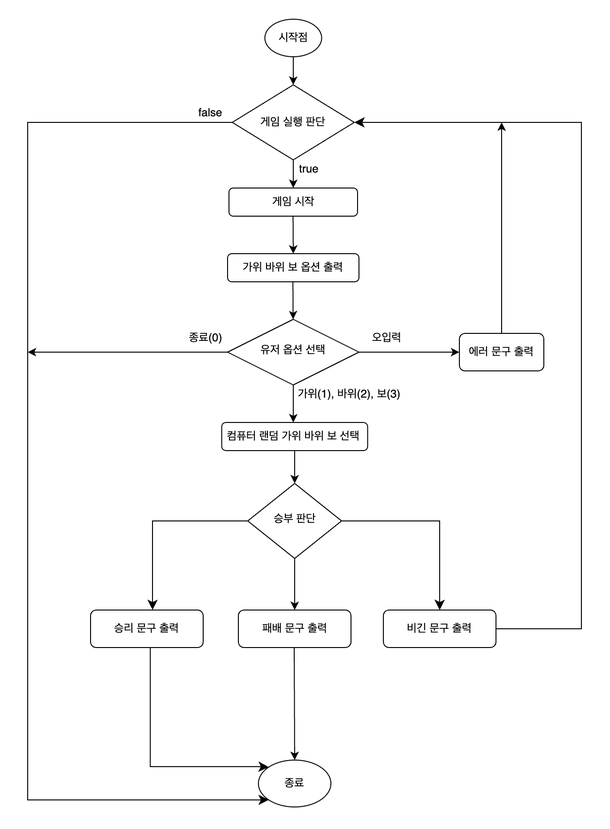
Earlier version of the draw.io export docs/Game_RockPaperScissors_FlowChart.drawio.png (tasty-code/ios-rock-scissor-paper). Source tidied: cells renumbered, new cells last; positions are measured from the earlier drawing's top-left corner, leaving out a move shared by most shapes.
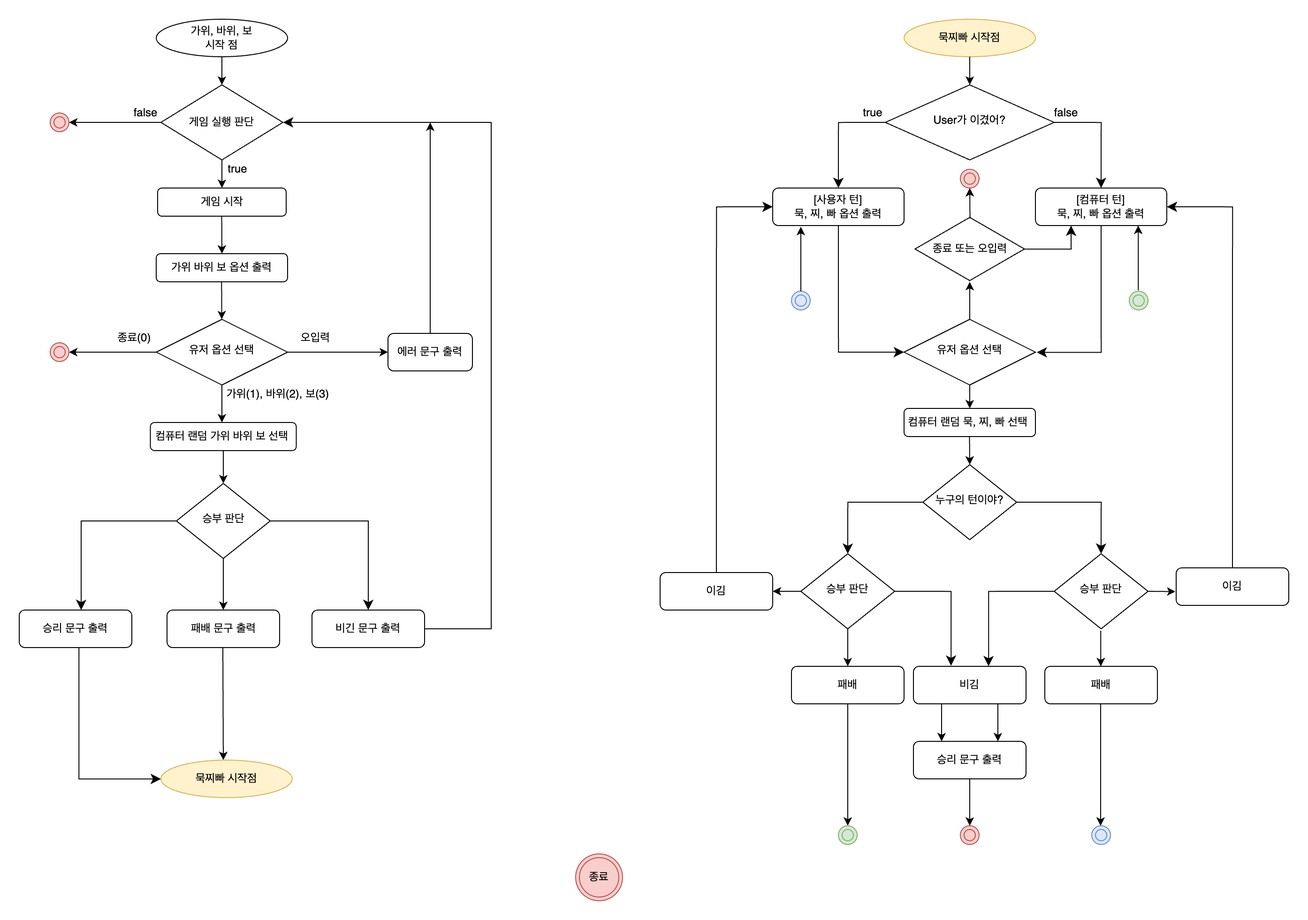
The same diagram one commit later.

Commit message:
docs: 묵찌빠 STEP2 순서도 작성

What changed in the source:
```diff
@@ -8,8 +8,8 @@
     <mxCell id="3" value="에러 문구 출력" style="rounded=1;whiteSpace=wrap;html=1;fontSize=12;glass=0;strokeWidth=1;shadow=0;" parent="1" vertex="1">
       <mxGeometry x="460" y="335" width="90" height="40" as="geometry" />
     </mxCell>
-    <mxCell id="4" value="시작점" style="ellipse;whiteSpace=wrap;html=1;" parent="1" vertex="1">
-      <mxGeometry x="252.8" width="60.5" height="40" as="geometry" />
+    <mxCell id="4" value="가위, 바위, 보 &lt;br&gt;시작 점" style="ellipse;whiteSpace=wrap;html=1;" parent="1" vertex="1">
+      <mxGeometry x="213" width="140" height="40" as="geometry" />
     </mxCell>
     <mxCell id="5" style="endArrow=classic;html=1;rounded=0;exitX=0.5;exitY=1;exitDx=0;exitDy=0;entryX=0.5;entryY=0;entryDx=0;entryDy=0;" parent="1" edge="1" source="4" target="19">
       <mxGeometry relative="1" as="geometry" />
@@ -62,9 +62,10 @@
         <mxGeometry x="280" y="390" width="126" height="20" as="geometry" />
       </mxCell>
     </object>
-    <mxCell id="18" style="endArrow=classic;html=1;rounded=0;entryX=0.5;entryY=0;entryDx=0;entryDy=0;" parent="1" edge="1" target="21">
+    <mxCell id="18" style="endArrow=classic;html=1;rounded=0;entryX=0.5;entryY=0;entryDx=0;entryDy=0;" parent="1" edge="1">
       <mxGeometry relative="1" as="geometry">
         <mxPoint x="284" y="670" as="sourcePoint" />
+        <mxPoint x="284.5" y="790" as="targetPoint" />
       </mxGeometry>
     </mxCell>
     <mxCell id="19" value="게임 실행 판단" style="rhombus;whiteSpace=wrap;html=1;" parent="1" vertex="1">
@@ -73,13 +74,10 @@
     <mxCell id="20" value="게임 시작" style="rounded=1;whiteSpace=wrap;html=1;" parent="1" vertex="1">
       <mxGeometry x="214.5" y="180" width="137" height="30" as="geometry" />
     </mxCell>
-    <mxCell id="21" value="종료" style="ellipse;whiteSpace=wrap;html=1;" parent="1" vertex="1">
-      <mxGeometry x="245.9" y="790" width="77.2" height="50" as="geometry" />
-    </mxCell>
     <mxCell id="22" style="edgeStyle=elbowEdgeStyle;elbow=horizontal;endArrow=classic;html=1;curved=0;rounded=0;endSize=8;startSize=8;entryX=1;entryY=0.5;entryDx=0;entryDy=0;exitX=1;exitY=0.5;exitDx=0;exitDy=0;" parent="1" edge="1" source="8" target="19">
       <mxGeometry relative="1" as="geometry">
         <Array as="points">
-          <mxPoint x="590" y="380" />
+          <mxPoint x="570" y="380" />
         </Array>
       </mxGeometry>
     </mxCell>
@@ -110,21 +108,13 @@
         <mxPoint x="284.5" y="495" as="targetPoint" />
       </mxGeometry>
     </mxCell>
-    <mxCell id="29" style="edgeStyle=segmentEdgeStyle;endArrow=classic;html=1;curved=0;rounded=0;endSize=8;startSize=8;exitX=0.53;exitY=0.996;exitDx=0;exitDy=0;exitPerimeter=0;entryX=0;entryY=0;entryDx=0;entryDy=0;" parent="1" edge="1" source="9" target="21">
+    <mxCell id="29" style="edgeStyle=segmentEdgeStyle;endArrow=classic;html=1;curved=0;rounded=0;endSize=8;startSize=8;exitX=0.53;exitY=0.996;exitDx=0;exitDy=0;exitPerimeter=0;" parent="1" edge="1" source="9" target="35">
       <mxGeometry relative="1" as="geometry">
         <Array as="points">
-          <mxPoint x="131" y="797" />
-          <mxPoint x="245" y="797" />
+          <mxPoint x="131" y="810" />
         </Array>
       </mxGeometry>
     </mxCell>
-    <mxCell id="30" style="edgeStyle=elbowEdgeStyle;elbow=horizontal;endArrow=classic;html=1;curved=0;rounded=0;endSize=8;startSize=8;exitX=0;exitY=0.5;exitDx=0;exitDy=0;entryX=0;entryY=1;entryDx=0;entryDy=0;" parent="1" edge="1" source="19" target="21">
-      <mxGeometry relative="1" as="geometry">
-        <Array as="points">
-          <mxPoint y="470" />
-        </Array>
-      </mxGeometry>
-    </mxCell>
     <object id="31" label="true" name="Variable" placeholders="1">
       <mxCell style="text;html=1;strokeColor=none;fillColor=none;align=center;verticalAlign=middle;whiteSpace=wrap;overflow=hidden;fontSize=12;" parent="1" vertex="1">
         <mxGeometry x="277.1" y="150" width="46" height="20" as="geometry" />
@@ -132,7 +122,7 @@
     </object>
     <object id="32" label="false" name="Variable" placeholders="1">
       <mxCell style="text;html=1;strokeColor=none;fillColor=none;align=center;verticalAlign=middle;whiteSpace=wrap;overflow=hidden;fontSize=12;" parent="1" vertex="1">
-        <mxGeometry x="172" y="90" width="46" height="20" as="geometry" />
+        <mxGeometry x="178.5" y="90" width="46" height="20" as="geometry" />
       </mxCell>
     </object>
     <mxCell id="33" style="endArrow=classic;html=1;rounded=0;exitX=0.5;exitY=0;exitDx=0;exitDy=0;" parent="1" edge="1" source="3">
@@ -142,8 +132,252 @@
     </mxCell>
     <mxCell id="34" style="endArrow=classic;html=1;rounded=0;exitX=0;exitY=0.5;exitDx=0;exitDy=0;" parent="1" edge="1" source="2">
       <mxGeometry relative="1" as="geometry">
-        <mxPoint y="355" as="targetPoint" />
+        <mxPoint x="120" y="355" as="targetPoint" />
       </mxGeometry>
     </mxCell>
+    <mxCell id="35" value="묵찌빠 시작점" style="ellipse;whiteSpace=wrap;html=1;fillColor=#fff2cc;strokeColor=#d6b656;" parent="1" vertex="1">
+      <mxGeometry x="218" y="790" width="140" height="40" as="geometry" />
+    </mxCell>
+    <mxCell id="36" value="묵찌빠 시작점" style="ellipse;whiteSpace=wrap;html=1;fillColor=#fff2cc;strokeColor=#d6b656;" parent="1" vertex="1">
+      <mxGeometry x="1010" width="140" height="40" as="geometry" />
+    </mxCell>
+    <mxCell id="37" value="[사용자 턴] &lt;br&gt;묵, 찌, 빠 옵션 출력" style="rounded=1;whiteSpace=wrap;html=1;" parent="1" vertex="1">
+      <mxGeometry x="870" y="180" width="140" height="40" as="geometry" />
+    </mxCell>
+    <mxCell id="38" value="유저 옵션 선택" style="rhombus;whiteSpace=wrap;html=1;shadow=0;fontFamily=Helvetica;fontSize=12;align=center;strokeWidth=1;spacing=6;spacingTop=-4;" parent="1" vertex="1">
+      <mxGeometry x="1010" y="320" width="140" height="70" as="geometry" />
+    </mxCell>
+    <mxCell id="39" value="누구의 턴이야?" style="rhombus;whiteSpace=wrap;html=1;shadow=0;fontFamily=Helvetica;fontSize=12;align=center;strokeWidth=1;spacing=6;spacingTop=-4;" parent="1" vertex="1">
+      <mxGeometry x="1030" y="475" width="100" height="80" as="geometry" />
+    </mxCell>
+    <mxCell id="40" value="컴퓨터 랜덤 묵, 찌, 빠 선택&amp;nbsp;" style="rounded=1;whiteSpace=wrap;html=1;" parent="1" vertex="1">
+      <mxGeometry x="1010" y="415" width="140" height="30" as="geometry" />
+    </mxCell>
+    <mxCell id="41" value="User가 이겼어?" style="rhombus;whiteSpace=wrap;html=1;shadow=0;fontFamily=Helvetica;fontSize=12;align=center;strokeWidth=1;spacing=6;spacingTop=-4;" parent="1" vertex="1">
+      <mxGeometry x="990" y="70" width="180" height="80" as="geometry" />
+    </mxCell>
+    <mxCell id="42" value="[컴퓨터 턴] &lt;br&gt;묵, 찌, 빠 옵션 출력" style="rounded=1;whiteSpace=wrap;html=1;" parent="1" vertex="1">
+      <mxGeometry x="1150" y="180" width="140" height="40" as="geometry" />
+    </mxCell>
+    <mxCell id="43" style="edgeStyle=segmentEdgeStyle;endArrow=classic;html=1;curved=0;rounded=0;endSize=8;startSize=8;exitX=0;exitY=0.5;exitDx=0;exitDy=0;entryX=0.5;entryY=0;entryDx=0;entryDy=0;" parent="1" edge="1" source="41" target="37">
+      <mxGeometry relative="1" as="geometry">
+        <Array as="points">
+          <mxPoint x="940" y="110" />
+        </Array>
+      </mxGeometry>
+    </mxCell>
+    <object id="44" label="true" name="Variable" placeholders="1">
+      <mxCell style="text;html=1;strokeColor=none;fillColor=none;align=center;verticalAlign=middle;whiteSpace=wrap;overflow=hidden;fontSize=12;" parent="1" vertex="1">
+        <mxGeometry x="954" y="90" width="46" height="20" as="geometry" />
+      </mxCell>
+    </object>
+    <mxCell id="45" style="edgeStyle=segmentEdgeStyle;endArrow=classic;html=1;curved=0;rounded=0;endSize=8;startSize=8;entryX=0.5;entryY=0;entryDx=0;entryDy=0;" parent="1" edge="1" target="42">
+      <mxGeometry relative="1" as="geometry">
+        <mxPoint x="1170" y="110" as="sourcePoint" />
+        <Array as="points">
+          <mxPoint x="1220" y="110" />
+        </Array>
+      </mxGeometry>
+    </mxCell>
+    <object id="46" label="false" name="Variable" placeholders="1">
+      <mxCell style="text;html=1;strokeColor=none;fillColor=none;align=center;verticalAlign=middle;whiteSpace=wrap;overflow=hidden;fontSize=12;" parent="1" vertex="1">
+        <mxGeometry x="1160" y="90" width="46" height="20" as="geometry" />
+      </mxCell>
+    </object>
+    <mxCell id="47" style="endArrow=classic;html=1;rounded=0;entryX=0.5;entryY=0;entryDx=0;entryDy=0;" parent="1" edge="1" target="41">
+      <mxGeometry relative="1" as="geometry">
+        <mxPoint x="1080" y="40" as="sourcePoint" />
+      </mxGeometry>
+    </mxCell>
+    <mxCell id="48" style="edgeStyle=segmentEdgeStyle;endArrow=classic;html=1;curved=0;rounded=0;endSize=8;startSize=8;entryX=0;entryY=0.5;entryDx=0;entryDy=0;" parent="1" edge="1" target="38">
+      <mxGeometry relative="1" as="geometry">
+        <mxPoint x="940" y="220" as="sourcePoint" />
+        <Array as="points">
+          <mxPoint x="940" y="355" />
+        </Array>
+      </mxGeometry>
+    </mxCell>
+    <mxCell id="49" style="edgeStyle=segmentEdgeStyle;endArrow=classic;html=1;curved=0;rounded=0;endSize=8;startSize=8;entryX=1.009;entryY=0.503;entryDx=0;entryDy=0;entryPerimeter=0;" parent="1" edge="1" target="38">
+      <mxGeometry relative="1" as="geometry">
+        <mxPoint x="1220" y="220" as="sourcePoint" />
+        <Array as="points">
+          <mxPoint x="1220" y="355" />
+        </Array>
+      </mxGeometry>
+    </mxCell>
+    <mxCell id="50" style="endArrow=classic;html=1;rounded=0;exitX=0.5;exitY=1;exitDx=0;exitDy=0;" parent="1" edge="1" source="38" target="40">
+      <mxGeometry relative="1" as="geometry" />
+    </mxCell>
+    <mxCell id="51" style="endArrow=classic;html=1;rounded=0;exitX=0.5;exitY=1;exitDx=0;exitDy=0;entryX=0.5;entryY=0;entryDx=0;entryDy=0;" parent="1" edge="1" target="39">
+      <mxGeometry relative="1" as="geometry">
+        <mxPoint x="1079.8" y="445" as="sourcePoint" />
+      </mxGeometry>
+    </mxCell>
+    <mxCell id="52" value="승부 판단" style="rhombus;whiteSpace=wrap;html=1;shadow=0;fontFamily=Helvetica;fontSize=12;align=center;strokeWidth=1;spacing=6;spacingTop=-4;" parent="1" vertex="1">
+      <mxGeometry x="900" y="570" width="100" height="80" as="geometry" />
+    </mxCell>
+    <mxCell id="53" value="승부 판단" style="rhombus;whiteSpace=wrap;html=1;shadow=0;fontFamily=Helvetica;fontSize=12;align=center;strokeWidth=1;spacing=6;spacingTop=-4;" parent="1" vertex="1">
+      <mxGeometry x="1170" y="570" width="100" height="80" as="geometry" />
+    </mxCell>
+    <mxCell id="54" style="edgeStyle=segmentEdgeStyle;endArrow=classic;html=1;curved=0;rounded=0;endSize=8;startSize=8;exitX=0;exitY=0.5;exitDx=0;exitDy=0;entryX=0.5;entryY=0;entryDx=0;entryDy=0;" parent="1" edge="1" source="39" target="52">
+      <mxGeometry relative="1" as="geometry">
+        <Array as="points">
+          <mxPoint x="950" y="515" />
+        </Array>
+      </mxGeometry>
+    </mxCell>
+    <mxCell id="55" style="edgeStyle=segmentEdgeStyle;endArrow=classic;html=1;curved=0;rounded=0;endSize=8;startSize=8;entryX=0.5;entryY=0;entryDx=0;entryDy=0;exitX=1;exitY=0.5;exitDx=0;exitDy=0;" parent="1" edge="1" source="39" target="53">
+      <mxGeometry relative="1" as="geometry">
+        <Array as="points">
+          <mxPoint x="1220" y="515" />
+        </Array>
+      </mxGeometry>
+    </mxCell>
+    <mxCell id="56" value="패배" style="rounded=1;whiteSpace=wrap;html=1;" parent="1" vertex="1">
+      <mxGeometry x="1160" y="690" width="120" height="40" as="geometry" />
+    </mxCell>
+    <mxCell id="57" value="비김" style="rounded=1;whiteSpace=wrap;html=1;" parent="1" vertex="1">
+      <mxGeometry x="1020" y="690" width="120" height="40" as="geometry" />
+    </mxCell>
+    <mxCell id="58" value="이김" style="rounded=1;whiteSpace=wrap;html=1;" parent="1" vertex="1">
+      <mxGeometry x="750" y="590" width="120" height="40" as="geometry" />
+    </mxCell>
+    <mxCell id="59" style="edgeStyle=segmentEdgeStyle;endArrow=classic;html=1;curved=0;rounded=0;endSize=8;startSize=8;exitX=1;exitY=0.5;exitDx=0;exitDy=0;entryX=0.337;entryY=-0.014;entryDx=0;entryDy=0;entryPerimeter=0;" parent="1" edge="1" source="52" target="57">
+      <mxGeometry relative="1" as="geometry">
+        <Array as="points">
+          <mxPoint x="1060" y="610" />
+          <mxPoint x="1060" y="689" />
+        </Array>
+      </mxGeometry>
+    </mxCell>
+    <mxCell id="60" style="edgeStyle=segmentEdgeStyle;endArrow=classic;html=1;curved=0;rounded=0;endSize=8;startSize=8;exitX=0;exitY=0.5;exitDx=0;exitDy=0;" parent="1" edge="1" source="53" target="57">
+      <mxGeometry relative="1" as="geometry">
+        <Array as="points">
+          <mxPoint x="1100" y="610" />
+        </Array>
+      </mxGeometry>
+    </mxCell>
+    <mxCell id="61" value="이김" style="rounded=1;whiteSpace=wrap;html=1;" parent="1" vertex="1">
+      <mxGeometry x="1300" y="585" width="120" height="40" as="geometry" />
+    </mxCell>
+    <mxCell id="62" style="edgeStyle=segmentEdgeStyle;endArrow=classic;html=1;curved=0;rounded=0;endSize=8;startSize=8;entryX=0;entryY=0.5;entryDx=0;entryDy=0;exitX=0.5;exitY=0;exitDx=0;exitDy=0;" parent="1" edge="1" source="58" target="37">
+      <mxGeometry relative="1" as="geometry">
+        <Array as="points">
+          <mxPoint x="810" y="200" />
+        </Array>
+      </mxGeometry>
+    </mxCell>
+    <mxCell id="63" style="edgeStyle=segmentEdgeStyle;endArrow=classic;html=1;curved=0;rounded=0;endSize=8;startSize=8;exitX=0.5;exitY=0;exitDx=0;exitDy=0;entryX=1;entryY=0.5;entryDx=0;entryDy=0;" parent="1" edge="1" source="61" target="42">
+      <mxGeometry relative="1" as="geometry">
+        <Array as="points">
+          <mxPoint x="1360" y="200" />
+        </Array>
+      </mxGeometry>
+    </mxCell>
+    <mxCell id="64" value="패배" style="rounded=1;whiteSpace=wrap;html=1;" parent="1" vertex="1">
+      <mxGeometry x="890" y="690" width="120" height="40" as="geometry" />
+    </mxCell>
+    <mxCell id="65" style="endArrow=classic;html=1;rounded=0;exitX=0;exitY=0.5;exitDx=0;exitDy=0;entryX=1;entryY=0.5;entryDx=0;entryDy=0;" parent="1" edge="1" source="52" target="58">
+      <mxGeometry relative="1" as="geometry" />
+    </mxCell>
+    <mxCell id="66" style="endArrow=classic;html=1;rounded=0;exitX=1;exitY=0.5;exitDx=0;exitDy=0;entryX=-0.006;entryY=0.633;entryDx=0;entryDy=0;entryPerimeter=0;" parent="1" edge="1" source="53" target="61">
+      <mxGeometry relative="1" as="geometry" />
+    </mxCell>
+    <mxCell id="67" style="endArrow=classic;html=1;rounded=0;entryX=0.5;entryY=0;entryDx=0;entryDy=0;" parent="1" edge="1" target="64">
+      <mxGeometry relative="1" as="geometry">
+        <mxPoint x="950" y="650" as="sourcePoint" />
+      </mxGeometry>
+    </mxCell>
+    <mxCell id="68" style="endArrow=classic;html=1;rounded=0;entryX=0.669;entryY=-0.041;entryDx=0;entryDy=0;entryPerimeter=0;" parent="1" edge="1">
+      <mxGeometry relative="1" as="geometry">
+        <mxPoint x="1219.7" y="652" as="sourcePoint" />
+        <mxPoint x="1219.7" y="690" as="targetPoint" />
+      </mxGeometry>
+    </mxCell>
+    <mxCell id="69" style="ellipse;shape=doubleEllipse;whiteSpace=wrap;html=1;fillColor=#dae8fc;strokeColor=#6c8ebf;" parent="1" vertex="1">
+      <mxGeometry x="890" y="290" width="20" height="20" as="geometry" />
+    </mxCell>
+    <mxCell id="70" style="ellipse;shape=doubleEllipse;whiteSpace=wrap;html=1;fillColor=#d5e8d4;strokeColor=#82b366;" parent="1" vertex="1">
+      <mxGeometry x="1250" y="290" width="20" height="20" as="geometry" />
+    </mxCell>
+    <mxCell id="71" style="endArrow=classic;html=1;rounded=0;entryX=0.214;entryY=1.033;entryDx=0;entryDy=0;entryPerimeter=0;" parent="1" edge="1" target="37">
+      <mxGeometry relative="1" as="geometry">
+        <mxPoint x="900" y="290" as="sourcePoint" />
+      </mxGeometry>
+    </mxCell>
+    <mxCell id="72" style="endArrow=classic;html=1;rounded=0;entryX=0.214;entryY=1.033;entryDx=0;entryDy=0;entryPerimeter=0;" parent="1" edge="1">
+      <mxGeometry relative="1" as="geometry">
+        <mxPoint x="1259.6" y="289" as="sourcePoint" />
+        <mxPoint x="1259.6" y="220" as="targetPoint" />
+      </mxGeometry>
+    </mxCell>
+    <mxCell id="73" style="endArrow=classic;html=1;rounded=0;exitX=0;exitY=0.5;exitDx=0;exitDy=0;" parent="1" edge="1" source="19">
+      <mxGeometry relative="1" as="geometry">
+        <mxPoint x="120" y="110" as="targetPoint" />
+      </mxGeometry>
+    </mxCell>
+    <mxCell id="74" style="ellipse;shape=doubleEllipse;whiteSpace=wrap;html=1;fillColor=#f8cecc;strokeColor=#b85450;" parent="1" vertex="1">
+      <mxGeometry x="100" y="100" width="20" height="20" as="geometry" />
+    </mxCell>
+    <mxCell id="75" style="ellipse;shape=doubleEllipse;whiteSpace=wrap;html=1;fillColor=#f8cecc;strokeColor=#b85450;" parent="1" vertex="1">
+      <mxGeometry x="100" y="345" width="20" height="20" as="geometry" />
+    </mxCell>
+    <mxCell id="76" style="ellipse;shape=doubleEllipse;whiteSpace=wrap;html=1;fillColor=#f8cecc;strokeColor=#b85450;" parent="1" vertex="1">
+      <mxGeometry x="1070" y="860" width="20" height="20" as="geometry" />
+    </mxCell>
+    <mxCell id="77" value="승리 문구 출력" style="rounded=1;whiteSpace=wrap;html=1;" parent="1" vertex="1">
+      <mxGeometry x="1020" y="770" width="120" height="40" as="geometry" />
+    </mxCell>
+    <mxCell id="78" style="endArrow=classic;html=1;rounded=0;entryX=0.75;entryY=0;entryDx=0;entryDy=0;exitX=0.75;exitY=1;exitDx=0;exitDy=0;" parent="1" edge="1" source="57" target="77">
+      <mxGeometry relative="1" as="geometry" />
+    </mxCell>
+    <mxCell id="79" style="endArrow=classic;html=1;rounded=0;entryX=0.75;entryY=0;entryDx=0;entryDy=0;exitX=0.75;exitY=1;exitDx=0;exitDy=0;" parent="1" edge="1">
+      <mxGeometry relative="1" as="geometry">
+        <mxPoint x="1050" y="730" as="sourcePoint" />
+        <mxPoint x="1050" y="770" as="targetPoint" />
+      </mxGeometry>
+    </mxCell>
+    <mxCell id="80" style="endArrow=classic;html=1;rounded=0;entryX=0.5;entryY=0;entryDx=0;entryDy=0;exitX=0.5;exitY=1;exitDx=0;exitDy=0;" parent="1" edge="1" source="77" target="76">
+      <mxGeometry relative="1" as="geometry" />
+    </mxCell>
+    <mxCell id="81" value="&lt;font style=&quot;font-size: 12px;&quot;&gt;종료 또는 오입력&lt;/font&gt;" style="html=1;whiteSpace=wrap;shape=isoRectangle;fontSize=8;" parent="1" vertex="1">
+      <mxGeometry x="1021.7" y="210" width="116.7" height="70" as="geometry" />
+    </mxCell>
+    <mxCell id="82" style="endArrow=classic;html=1;rounded=0;exitX=0.5;exitY=0;exitDx=0;exitDy=0;" parent="1" edge="1" source="38">
+      <mxGeometry relative="1" as="geometry">
+        <mxPoint x="1080" y="280" as="targetPoint" />
+      </mxGeometry>
+    </mxCell>
+    <mxCell id="83" style="ellipse;shape=doubleEllipse;whiteSpace=wrap;html=1;fillColor=#f8cecc;strokeColor=#b85450;" parent="1" vertex="1">
+      <mxGeometry x="1070" y="160" width="20" height="20" as="geometry" />
+    </mxCell>
+    <mxCell id="84" style="endArrow=classic;html=1;rounded=0;exitX=0.502;exitY=0.034;exitDx=0;exitDy=0;exitPerimeter=0;entryX=0.5;entryY=1;entryDx=0;entryDy=0;" parent="1" edge="1" source="81" target="83">
+      <mxGeometry relative="1" as="geometry" />
+    </mxCell>
+    <mxCell id="21" value="종료" style="ellipse;shape=doubleEllipse;whiteSpace=wrap;html=1;fillColor=#f8cecc;strokeColor=#b85450;" parent="1" vertex="1">
+      <mxGeometry x="660" y="890" width="50" height="50" as="geometry" />
+    </mxCell>
+    <mxCell id="85" style="edgeStyle=segmentEdgeStyle;endArrow=classic;html=1;curved=0;rounded=0;endSize=8;startSize=8;exitX=1;exitY=0.501;exitDx=0;exitDy=0;exitPerimeter=0;" parent="1" edge="1" source="81">
+      <mxGeometry relative="1" as="geometry">
+        <mxPoint x="1188" y="220" as="targetPoint" />
+      </mxGeometry>
+    </mxCell>
+    <mxCell id="86" style="endArrow=classic;html=1;rounded=0;exitX=0.5;exitY=1;exitDx=0;exitDy=0;" parent="1" edge="1" source="64">
+      <mxGeometry relative="1" as="geometry">
+        <mxPoint x="950" y="860" as="targetPoint" />
+      </mxGeometry>
+    </mxCell>
+    <mxCell id="87" style="endArrow=classic;html=1;rounded=0;exitX=0.5;exitY=1;exitDx=0;exitDy=0;" parent="1" edge="1">
+      <mxGeometry relative="1" as="geometry">
+        <mxPoint x="1219.4" y="730" as="sourcePoint" />
+        <mxPoint x="1219.4" y="860" as="targetPoint" />
+      </mxGeometry>
+    </mxCell>
+    <mxCell id="88" style="ellipse;shape=doubleEllipse;whiteSpace=wrap;html=1;fillColor=#dae8fc;strokeColor=#6c8ebf;" parent="1" vertex="1">
+      <mxGeometry x="1210" y="860" width="20" height="20" as="geometry" />
+    </mxCell>
+    <mxCell id="89" style="ellipse;shape=doubleEllipse;whiteSpace=wrap;html=1;fillColor=#d5e8d4;strokeColor=#82b366;" parent="1" vertex="1">
+      <mxGeometry x="940" y="860" width="20" height="20" as="geometry" />
+    </mxCell>
   </root>
 </mxGraphModel>
```
